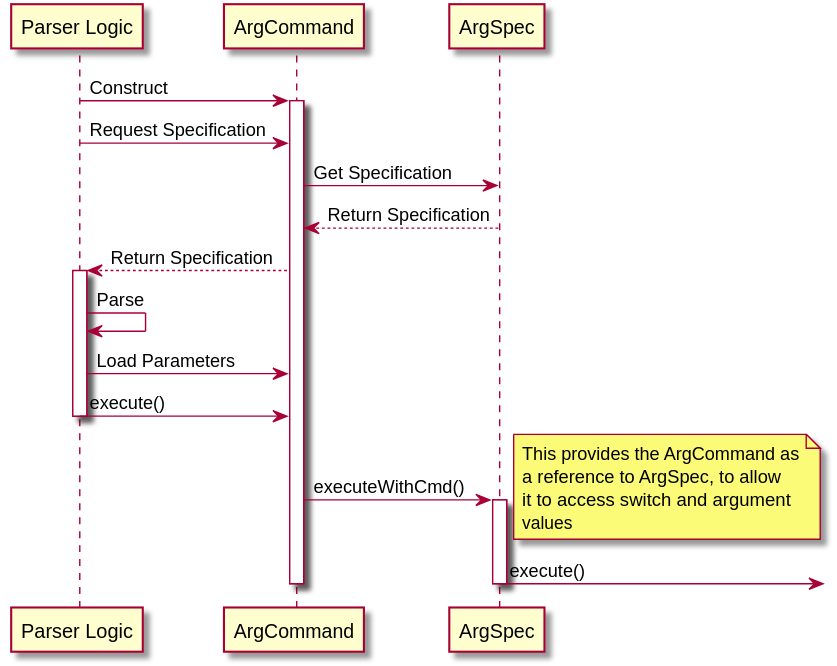
The PlantUML diagram docs/images/plantuml/command.svg in nusCS2113-AY1920S1/PersonalAssistant-Duke, before a commit. The source it was exported from:
```plantuml
@startuml
participant "Parser Logic"
participant ArgCommand
participant ArgSpec

"Parser Logic" -> ArgCommand : Construct
activate ArgCommand

"Parser Logic" -> ArgCommand : Request Specification
ArgCommand -> ArgSpec : Get Specification
ArgCommand <-- ArgSpec : Return Specification
"Parser Logic" <-- ArgCommand : Return Specification

activate "Parser Logic"
"Parser Logic" -> "Parser Logic" : Parse
"Parser Logic" -> ArgCommand : Load Parameters
"Parser Logic" -> ArgCommand : execute()
deactivate "Parser Logic"

ArgCommand -> ArgSpec : executeWithCmd()
note right
  This provides the ArgCommand as
  a reference to ArgSpec, to allow
  it to access switch and argument
  values
end note
activate ArgSpec
ArgSpec ->] : execute()
deactivate ArgSpec
deactivate ArgCommand
@enduml
```
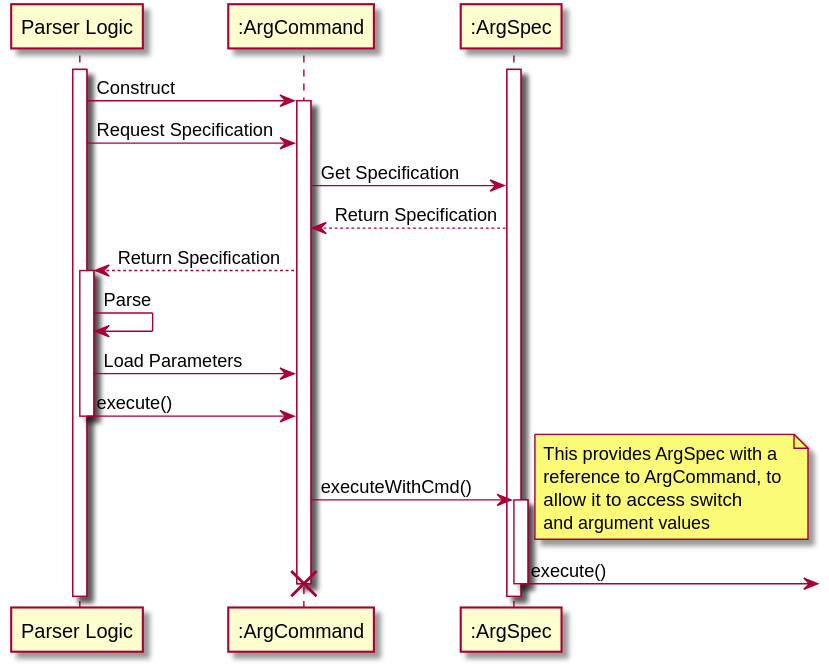
After the change.

Commit message:
Update DG parser logic section

Diff of the diagram source:
```diff
@@ -1,31 +1,33 @@
 @startuml
 participant "Parser Logic"
-participant ArgCommand
-participant ArgSpec
+participant ":ArgCommand"
+participant ":ArgSpec"
 
-"Parser Logic" -> ArgCommand : Construct
-activate ArgCommand
+activate "Parser Logic"
+activate ":ArgSpec"
+"Parser Logic" -> ":ArgCommand" : Construct
+activate ":ArgCommand"
 
-"Parser Logic" -> ArgCommand : Request Specification
-ArgCommand -> ArgSpec : Get Specification
-ArgCommand <-- ArgSpec : Return Specification
-"Parser Logic" <-- ArgCommand : Return Specification
+"Parser Logic" -> ":ArgCommand" : Request Specification
+":ArgCommand" -> ":ArgSpec" : Get Specification
+":ArgCommand" <-- ":ArgSpec" : Return Specification
+"Parser Logic" <-- ":ArgCommand" : Return Specification
 
 activate "Parser Logic"
 "Parser Logic" -> "Parser Logic" : Parse
-"Parser Logic" -> ArgCommand : Load Parameters
-"Parser Logic" -> ArgCommand : execute()
+"Parser Logic" -> ":ArgCommand" : Load Parameters
+"Parser Logic" -> ":ArgCommand" : execute()
 deactivate "Parser Logic"
 
-ArgCommand -> ArgSpec : executeWithCmd()
+":ArgCommand" -> ":ArgSpec" : executeWithCmd()
 note right
-  This provides the ArgCommand as
-  a reference to ArgSpec, to allow
-  it to access switch and argument
-  values
+  This provides ArgSpec with a
+  reference to ArgCommand, to
+  allow it to access switch
+  and argument values
 end note
-activate ArgSpec
-ArgSpec ->] : execute()
-deactivate ArgSpec
-deactivate ArgCommand
+activate ":ArgSpec"
+":ArgSpec" ->] : execute()
+deactivate ":ArgSpec"
+destroy ":ArgCommand"
 @enduml
```
